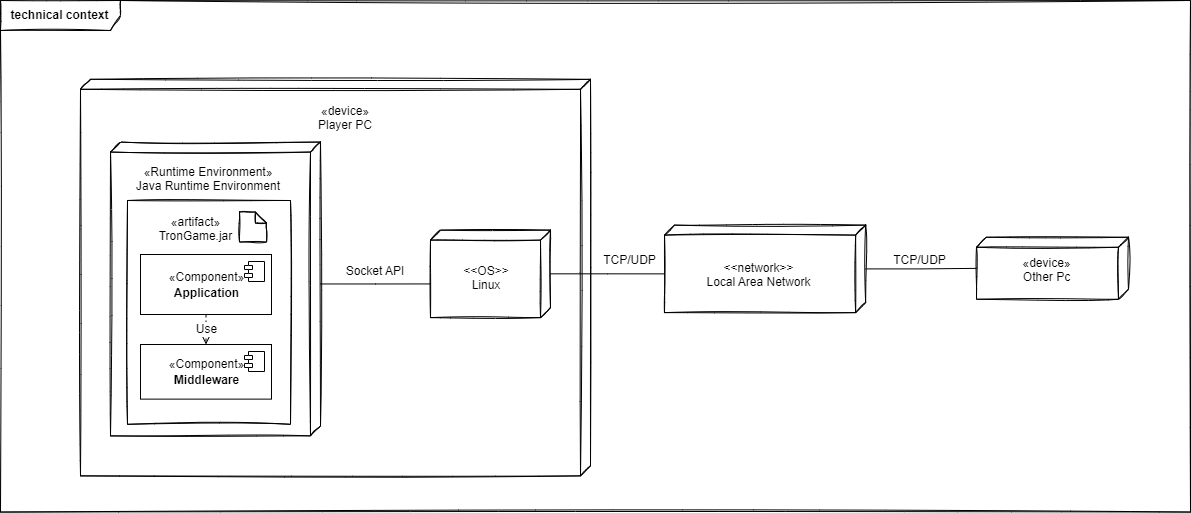
Above: Dokumentation/Middleware/diagrams/scope_technical.png in sckoenig/Distributed-Tron (draw.io), before the change. Source tidied: cells renumbered, new cells last; positions are measured from the earlier drawing's top-left corner, leaving out a move shared by most shapes.
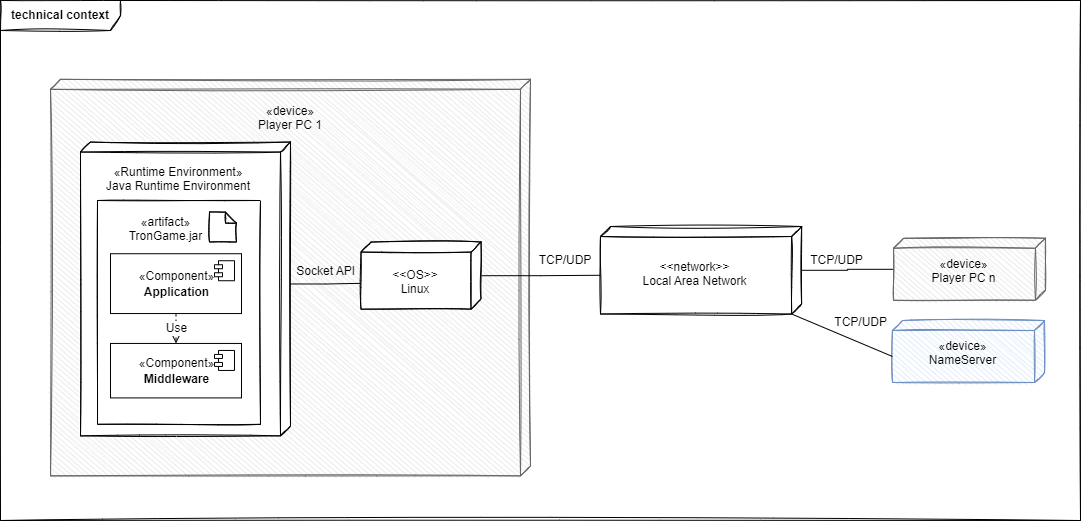
The same diagram one commit later.

The edit, as a diff of the source:
```diff
@@ -3,83 +3,95 @@
     <mxCell id="0" />
     <mxCell id="1" parent="0" />
     <mxCell id="2" value="&lt;b&gt;technical context&lt;/b&gt;" style="shape=umlFrame;whiteSpace=wrap;html=1;width=120;height=30;sketch=1;" parent="1" vertex="1">
-      <mxGeometry width="1190" height="511.6" as="geometry" />
+      <mxGeometry x="30" width="1080" height="520" as="geometry" />
     </mxCell>
-    <mxCell id="3" value="&lt;font style=&quot;font-size: 12px;&quot;&gt;«Component»&lt;br&gt;&lt;b&gt;Middleware&lt;/b&gt;&lt;/font&gt;" style="html=1;fontSize=13;" parent="2" vertex="1">
-      <mxGeometry x="140" y="344" width="131" height="54.6" as="geometry" />
+    <mxCell id="3" style="verticalAlign=top;align=left;spacingTop=8;spacingLeft=2;spacingRight=12;shape=cube;size=10;direction=south;fontStyle=4;html=1;sketch=1;shadow=0;fillColor=#E6E6E6;fontColor=#333333;strokeColor=#666666;" parent="1" vertex="1">
+      <mxGeometry x="80" y="78.8" width="480" height="396.6" as="geometry" />
     </mxCell>
-    <mxCell id="4" style="shape=module;jettyWidth=8;jettyHeight=4;fontSize=13;" parent="3" vertex="1">
-      <mxGeometry x="1" width="20" height="20" relative="1" as="geometry">
-        <mxPoint x="-27" y="7" as="offset" />
-      </mxGeometry>
+    <mxCell id="4" style="verticalAlign=top;align=left;spacingTop=8;spacingLeft=2;spacingRight=12;shape=cube;size=10;direction=south;fontStyle=4;html=1;sketch=1;" parent="1" vertex="1">
+      <mxGeometry x="110" y="141.6" width="210" height="293.8" as="geometry" />
     </mxCell>
-    <mxCell id="5" value="&lt;font style=&quot;font-size: 12px;&quot;&gt;«Component»&lt;br&gt;&lt;b&gt;Application&lt;/b&gt;&lt;/font&gt;" style="html=1;fontSize=13;" parent="2" vertex="1">
-      <mxGeometry x="140" y="254" width="131" height="60" as="geometry" />
+    <mxCell id="5" value="«device»&#10;Player PC 1" style="text;strokeColor=none;fillColor=none;align=center;verticalAlign=top;spacingLeft=4;spacingRight=4;overflow=hidden;points=[[0,0.5],[1,0.5]];portConstraint=eastwest;sketch=1;fontStyle=0;" parent="1" vertex="1">
+      <mxGeometry x="260.5" y="96.6" width="119" height="55" as="geometry" />
     </mxCell>
-    <mxCell id="6" style="shape=module;jettyWidth=8;jettyHeight=4;fontSize=13;" parent="5" vertex="1">
-      <mxGeometry x="1" width="20" height="20" relative="1" as="geometry">
-        <mxPoint x="-27" y="7" as="offset" />
-      </mxGeometry>
+    <mxCell id="6" style="edgeStyle=orthogonalEdgeStyle;rounded=0;jettySize=auto;html=1;exitX=0;exitY=0;exitDx=141.905;exitDy=0;exitPerimeter=0;entryX=0.615;entryY=1;entryDx=0;entryDy=0;entryPerimeter=0;fontSize=13;endArrow=none;endFill=0;" parent="1" edge="1" source="4" target="9">
+      <mxGeometry relative="1" as="geometry" />
     </mxCell>
-    <mxCell id="7" value="Use" style="endArrow=open;endSize=12;dashed=1;html=1;rounded=0;fontSize=12;exitX=0.5;exitY=1;exitDx=0;exitDy=0;entryX=0.5;entryY=0;entryDx=0;entryDy=0;" parent="2" edge="1" source="5" target="3">
-      <mxGeometry relative="1" as="geometry" />
+    <mxCell id="7" value="«Runtime Environment»&#10;Java Runtime Environment" style="text;strokeColor=none;fillColor=none;align=center;verticalAlign=top;spacingLeft=4;spacingRight=4;overflow=hidden;sketch=1;fontStyle=0;" parent="1" vertex="1">
+      <mxGeometry x="118.9" y="158.4" width="178.3" height="45" as="geometry" />
     </mxCell>
-    <mxCell id="8" style="verticalAlign=top;align=left;spacingTop=8;spacingLeft=2;spacingRight=12;shape=cube;size=10;direction=south;fontStyle=4;html=1;fillColor=none;sketch=1;" parent="1" vertex="1">
-      <mxGeometry x="80" y="78.8" width="510" height="396.6" as="geometry" />
+    <mxCell id="8" style="edgeStyle=orthogonalEdgeStyle;rounded=0;jettySize=auto;html=1;entryX=0;entryY=0;entryDx=48.75;entryDy=201.15;entryPerimeter=0;fontSize=13;endArrow=none;endFill=0;" parent="1" edge="1" source="9" target="29">
+      <mxGeometry relative="1" as="geometry" />
     </mxCell>
-    <mxCell id="9" style="verticalAlign=top;align=left;spacingTop=8;spacingLeft=2;spacingRight=12;shape=cube;size=10;direction=south;fontStyle=4;html=1;fillColor=none;sketch=1;" parent="1" vertex="1">
-      <mxGeometry x="110" y="141.6" width="210" height="293.8" as="geometry" />
+    <mxCell id="9" style="verticalAlign=top;align=left;spacingTop=8;spacingLeft=2;spacingRight=12;shape=cube;size=10;direction=south;fontStyle=4;html=1;sketch=1;" parent="1" vertex="1">
+      <mxGeometry x="390.5" y="241.6" width="120" height="67.1" as="geometry" />
     </mxCell>
-    <mxCell id="10" value="«device»&#10;Player PC" style="text;strokeColor=none;fillColor=none;align=center;verticalAlign=top;spacingLeft=4;spacingRight=4;overflow=hidden;sketch=1;fontStyle=0;" parent="1" vertex="1">
-      <mxGeometry x="285.5" y="96.6" width="119" height="55" as="geometry" />
+    <mxCell id="10" style="edgeStyle=orthogonalEdgeStyle;rounded=0;jettySize=auto;html=1;fontSize=13;endArrow=none;endFill=0;" parent="1" edge="1" source="29" target="13">
+      <mxGeometry relative="1" as="geometry" />
     </mxCell>
-    <mxCell id="11" style="edgeStyle=orthogonalEdgeStyle;rounded=0;jettySize=auto;html=1;exitX=0;exitY=0;exitDx=141.905;exitDy=0;exitPerimeter=0;entryX=0.615;entryY=1;entryDx=0;entryDy=0;entryPerimeter=0;fontSize=13;endArrow=none;endFill=0;" parent="1" edge="1" source="9" target="14">
-      <mxGeometry relative="1" as="geometry" />
+    <mxCell id="11" value="&lt;&lt;OS&gt;&gt;&#10;Linux" style="text;strokeColor=none;fillColor=none;align=center;verticalAlign=top;spacingLeft=4;spacingRight=4;overflow=hidden;sketch=1;fontStyle=0;" parent="1" vertex="1">
+      <mxGeometry x="400.5" y="261" width="89" height="55" as="geometry" />
     </mxCell>
-    <mxCell id="12" value="«Runtime Environment»&#10;Java Runtime Environment" style="text;strokeColor=none;fillColor=none;align=center;verticalAlign=top;spacingLeft=4;spacingRight=4;overflow=hidden;sketch=1;fontStyle=0;" parent="1" vertex="1">
-      <mxGeometry x="118.9" y="158.4" width="178.3" height="45" as="geometry" />
+    <mxCell id="12" value="Socket API" style="text;strokeColor=none;fillColor=none;align=center;verticalAlign=top;spacingLeft=4;spacingRight=4;overflow=hidden;sketch=1;fontStyle=0;" parent="1" vertex="1">
+      <mxGeometry x="296.2" y="257.1" width="119" height="55" as="geometry" />
     </mxCell>
-    <mxCell id="13" style="edgeStyle=orthogonalEdgeStyle;rounded=0;jettySize=auto;html=1;entryX=0;entryY=0;entryDx=48.75;entryDy=201.15;entryPerimeter=0;fontSize=13;endArrow=none;endFill=0;" parent="1" edge="1" source="14" target="16">
-      <mxGeometry relative="1" as="geometry" />
+    <mxCell id="13" style="verticalAlign=top;align=left;spacingTop=8;spacingLeft=2;spacingRight=12;shape=cube;size=10;direction=south;fontStyle=4;html=1;sketch=1;shadow=0;fillColor=#E6E6E6;fontColor=#333333;strokeColor=#666666;" parent="1" vertex="1">
+      <mxGeometry x="923" y="237.8" width="152" height="62" as="geometry" />
     </mxCell>
-    <mxCell id="14" style="verticalAlign=top;align=left;spacingTop=8;spacingLeft=2;spacingRight=12;shape=cube;size=10;direction=south;fontStyle=4;html=1;fillColor=none;sketch=1;" parent="1" vertex="1">
-      <mxGeometry x="430" y="229.6" width="120" height="87.5" as="geometry" />
+    <mxCell id="14" value="TCP/UDP" style="text;strokeColor=none;fillColor=none;align=center;verticalAlign=top;spacingLeft=4;spacingRight=4;overflow=hidden;points=[[0,0.5],[1,0.5]];portConstraint=eastwest;sketch=1;fontStyle=0;" parent="1" vertex="1">
+      <mxGeometry x="807" y="245.9" width="119" height="55" as="geometry" />
     </mxCell>
-    <mxCell id="15" style="edgeStyle=orthogonalEdgeStyle;rounded=0;jettySize=auto;html=1;fontSize=13;endArrow=none;endFill=0;" parent="1" edge="1" source="16" target="21">
-      <mxGeometry relative="1" as="geometry" />
+    <mxCell id="15" value="«device»&#10;Player PC n" style="text;strokeColor=none;fillColor=none;align=center;verticalAlign=top;spacingLeft=4;spacingRight=4;overflow=hidden;sketch=1;fontStyle=0;" parent="1" vertex="1">
+      <mxGeometry x="934" y="250" width="119" height="55" as="geometry" />
     </mxCell>
-    <mxCell id="16" style="verticalAlign=top;align=left;spacingTop=8;spacingLeft=2;spacingRight=12;shape=cube;size=10;direction=south;fontStyle=4;html=1;fillColor=none;sketch=1;" parent="1" vertex="1">
-      <mxGeometry x="664" y="224.6" width="201.2" height="87.5" as="geometry" />
+    <mxCell id="16" style="html=1;sketch=1;" parent="1" vertex="1">
+      <mxGeometry x="127" y="200" width="163" height="223.8" as="geometry" />
     </mxCell>
-    <mxCell id="17" value="&lt;&lt;network&gt;&gt;&#10;Local Area Network" style="text;strokeColor=none;fillColor=none;align=center;verticalAlign=top;spacingLeft=4;spacingRight=4;overflow=hidden;sketch=1;fontStyle=0;" parent="1" vertex="1">
-      <mxGeometry x="699" y="253.8" width="119" height="55" as="geometry" />
+    <mxCell id="17" value="«artifact»&#10;TronGame.jar" style="text;align=center;verticalAlign=top;spacingLeft=4;spacingRight=4;overflow=hidden;sketch=1;" parent="1" vertex="1">
+      <mxGeometry x="145.5" y="208.3" width="100" height="55" as="geometry" />
     </mxCell>
-    <mxCell id="18" value="TCP/UDP" style="text;strokeColor=none;fillColor=none;align=center;verticalAlign=top;spacingLeft=4;spacingRight=4;overflow=hidden;sketch=1;fontStyle=0;" parent="1" vertex="1">
-      <mxGeometry x="570" y="245.9" width="119" height="55" as="geometry" />
+    <mxCell id="18" style="shape=note;size=11;whiteSpace=wrap;html=1;sketch=1;" parent="1" vertex="1">
+      <mxGeometry x="239" y="211.6" width="27" height="30" as="geometry" />
     </mxCell>
-    <mxCell id="19" value="&lt;&lt;OS&gt;&gt;&#10;Linux" style="text;strokeColor=none;fillColor=none;align=center;verticalAlign=top;spacingLeft=4;spacingRight=4;overflow=hidden;points=[[0,0.5],[1,0.5]];portConstraint=eastwest;sketch=1;fontStyle=0;" parent="1" vertex="1">
-      <mxGeometry x="441.5" y="257.1" width="89" height="55" as="geometry" />
+    <mxCell id="19" value="&lt;font style=&quot;font-size: 12px;&quot;&gt;«Component»&lt;br&gt;&lt;b&gt;Middleware&lt;/b&gt;&lt;/font&gt;" style="html=1;fontSize=13;sketch=0;" parent="1" vertex="1">
+      <mxGeometry x="140" y="343" width="131" height="54.5" as="geometry" />
     </mxCell>
-    <mxCell id="20" value="Socket API" style="text;strokeColor=none;fillColor=none;align=center;verticalAlign=top;spacingLeft=4;spacingRight=4;overflow=hidden;sketch=1;fontStyle=0;" parent="1" vertex="1">
-      <mxGeometry x="315.5" y="257.1" width="119" height="55" as="geometry" />
+    <mxCell id="20" style="shape=module;jettyWidth=8;jettyHeight=4;fontSize=13;" parent="19" vertex="1">
+      <mxGeometry x="1" width="20" height="20" relative="1" as="geometry">
+        <mxPoint x="-27" y="7" as="offset" />
+      </mxGeometry>
     </mxCell>
-    <mxCell id="21" style="verticalAlign=top;align=left;spacingTop=8;spacingLeft=2;spacingRight=12;shape=cube;size=10;direction=south;fontStyle=4;html=1;fillColor=none;sketch=1;" parent="1" vertex="1">
-      <mxGeometry x="976" y="236.8" width="152" height="62" as="geometry" />
+    <mxCell id="21" value="&lt;font style=&quot;font-size: 12px;&quot;&gt;«Component»&lt;br&gt;&lt;b&gt;Application&lt;/b&gt;&lt;/font&gt;" style="html=1;fontSize=13;" parent="1" vertex="1">
+      <mxGeometry x="140" y="253.2" width="131" height="59.8" as="geometry" />
     </mxCell>
-    <mxCell id="22" value="TCP/UDP" style="text;strokeColor=none;fillColor=none;align=center;verticalAlign=top;spacingLeft=4;spacingRight=4;overflow=hidden;sketch=1;fontStyle=0;" parent="1" vertex="1">
-      <mxGeometry x="860" y="245.9" width="119" height="55" as="geometry" />
+    <mxCell id="22" style="shape=module;jettyWidth=8;jettyHeight=4;fontSize=13;" parent="21" vertex="1">
+      <mxGeometry x="1" width="20" height="20" relative="1" as="geometry">
+        <mxPoint x="-27" y="7" as="offset" />
+      </mxGeometry>
     </mxCell>
-    <mxCell id="23" value="«device»&#10;Other Pc" style="text;strokeColor=none;fillColor=none;align=center;verticalAlign=top;spacingLeft=4;spacingRight=4;overflow=hidden;sketch=1;fontStyle=0;" parent="1" vertex="1">
-      <mxGeometry x="987" y="249" width="119" height="55" as="geometry" />
+    <mxCell id="23" value="Use" style="endArrow=open;endSize=12;dashed=1;html=1;rounded=0;fontSize=12;exitX=0.5;exitY=1;exitDx=0;exitDy=0;entryX=0.5;entryY=0;entryDx=0;entryDy=0;" parent="1" edge="1" source="21" target="19">
+      <mxGeometry relative="1" as="geometry" />
     </mxCell>
-    <mxCell id="24" value="«artifact»&#10;TronGame.jar" style="text;strokeColor=none;fillColor=none;align=center;verticalAlign=top;spacingLeft=4;spacingRight=4;overflow=hidden;sketch=1;" parent="1" vertex="1">
-      <mxGeometry x="145.5" y="208.3" width="100" height="55" as="geometry" />
+    <mxCell id="24" value="TCP/UDP" style="text;strokeColor=none;fillColor=none;align=center;verticalAlign=top;spacingLeft=4;spacingRight=4;overflow=hidden;sketch=1;fontStyle=0;" parent="1" vertex="1">
+      <mxGeometry x="535.5" y="245.9" width="119" height="55" as="geometry" />
     </mxCell>
-    <mxCell id="25" style="shape=note;size=11;whiteSpace=wrap;html=1;fillColor=none;sketch=1;" parent="1" vertex="1">
-      <mxGeometry x="239" y="211.6" width="27" height="30" as="geometry" />
+    <mxCell id="25" style="verticalAlign=top;align=left;spacingTop=8;spacingLeft=2;spacingRight=12;shape=cube;size=10;direction=south;fontStyle=4;html=1;fillColor=#dae8fc;sketch=1;strokeColor=#6c8ebf;" parent="1" vertex="1">
+      <mxGeometry x="922" y="320" width="152" height="62" as="geometry" />
     </mxCell>
-    <mxCell id="26" style="html=1;fillColor=none;sketch=1;" parent="1" vertex="1">
-      <mxGeometry x="127" y="200" width="163" height="223.8" as="geometry" />
+    <mxCell id="26" value="«device»&#10;NameServer" style="text;strokeColor=none;fillColor=none;align=center;verticalAlign=top;spacingLeft=4;spacingRight=4;overflow=hidden;sketch=1;fontStyle=0;" parent="1" vertex="1">
+      <mxGeometry x="933" y="332.2" width="119" height="55" as="geometry" />
     </mxCell>
+    <mxCell id="27" value="TCP/UDP" style="text;strokeColor=none;fillColor=none;align=center;verticalAlign=top;spacingLeft=4;spacingRight=4;overflow=hidden;sketch=1;fontStyle=0;" parent="1" vertex="1">
+      <mxGeometry x="831.2" y="308.2" width="119" height="55" as="geometry" />
+    </mxCell>
+    <mxCell id="28" value="&lt;&lt;network&gt;&gt;&#10;Local Area Network" style="text;strokeColor=none;fillColor=none;align=center;verticalAlign=top;spacingLeft=4;spacingRight=4;overflow=hidden;sketch=1;fontStyle=0;" parent="1" vertex="1">
+      <mxGeometry x="665" y="253.2" width="119" height="55" as="geometry" />
+    </mxCell>
+    <mxCell id="29" style="verticalAlign=top;align=left;spacingTop=8;spacingLeft=2;spacingRight=12;shape=cube;size=10;direction=south;fontStyle=4;html=1;fillColor=none;sketch=1;" parent="1" vertex="1">
+      <mxGeometry x="630" y="226" width="201.2" height="87.5" as="geometry" />
+    </mxCell>
+    <mxCell id="30" style="rounded=0;jettySize=auto;html=1;entryX=0;entryY=0;entryDx=36;entryDy=152;entryPerimeter=0;fontSize=13;endArrow=none;endFill=0;exitX=0;exitY=0;exitDx=87.5;exitDy=10;exitPerimeter=0;" parent="1" edge="1" source="29" target="25">
+      <mxGeometry relative="1" as="geometry" />
+    </mxCell>
   </root>
 </mxGraphModel>
```
